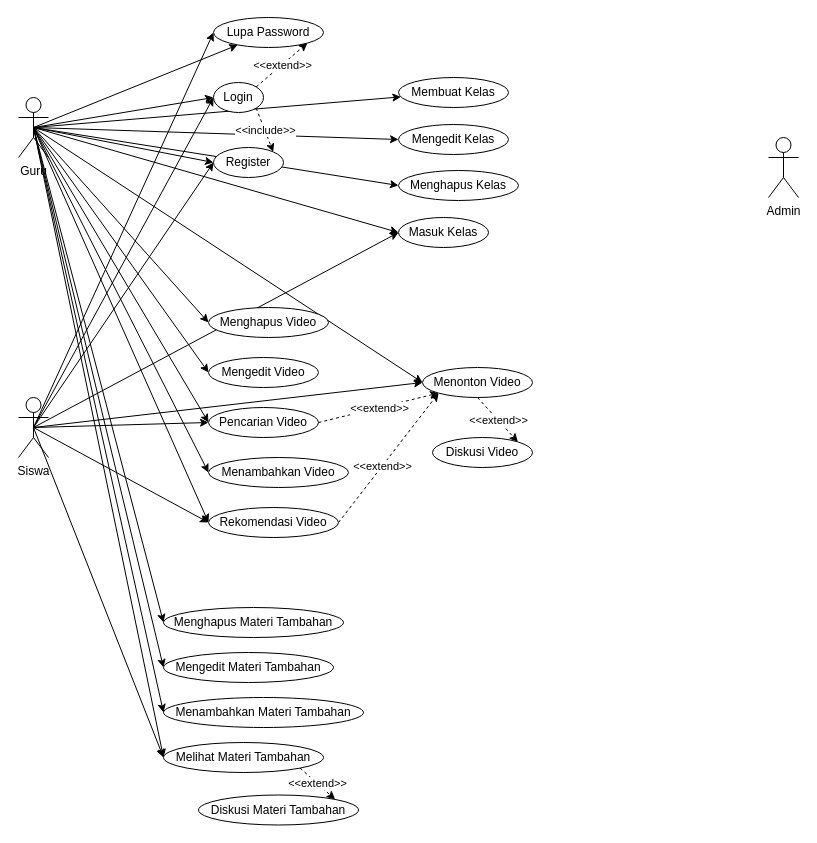
Earlier version of the draw.io diagram Skripsi.drawio (wicahma/Database-Design). Source tidied: cells renumbered, new cells numbered last; positions are measured from the earlier drawing's top-left corner, leaving out a move shared by most shapes. Both pictures are drawn from the tidied source at 100%, with x=0, y=0 at pixel (18, 17).
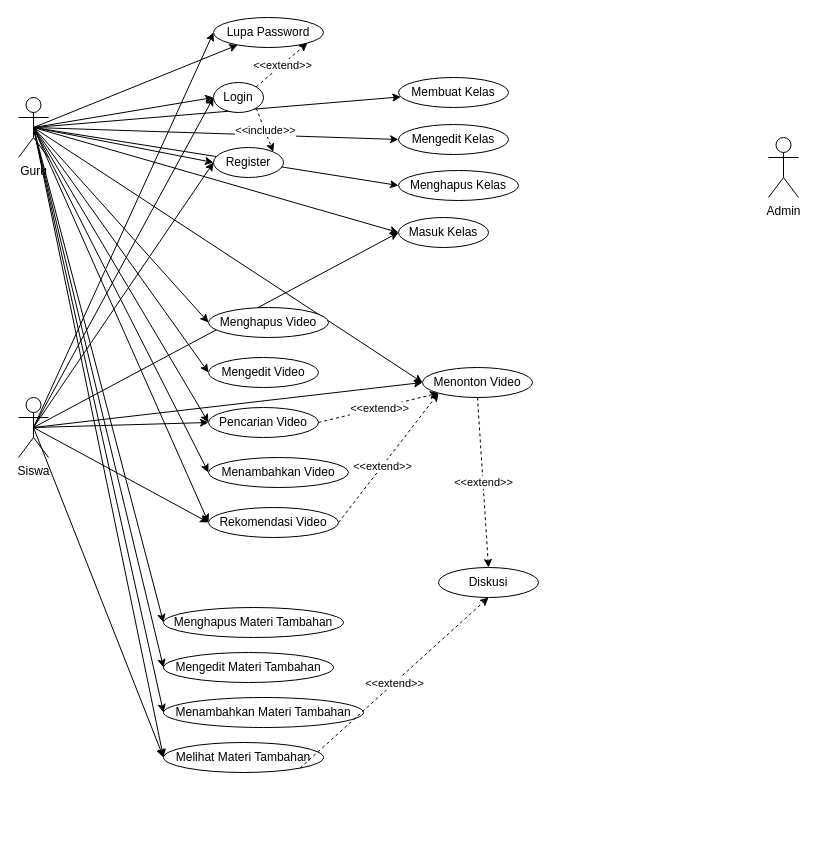
The same page after the edit.

Unchanged cells that the change refers to:
```xml
<mxCell id="42" value="Menonton Video" style="ellipse;whiteSpace=wrap;html=1;" parent="1" vertex="1">
  <mxGeometry x="404" y="350" width="110" height="30" as="geometry" />
</mxCell>
<mxCell id="50" value="Melihat Materi Tambahan" style="ellipse;whiteSpace=wrap;html=1;" parent="1" vertex="1">
  <mxGeometry x="145" y="725" width="160" height="30" as="geometry" />
</mxCell>
```

Diff of the diagram source:
```diff
@@
-    <mxCell id="40" style="rounded=0;jettySize=auto;html=1;exitX=0.5;exitY=1;exitDx=0;exitDy=0;entryX=1;entryY=0;entryDx=0;entryDy=0;dashed=1;" parent="1" edge="1" source="42" target="46">
+    <mxCell id="40" style="rounded=0;jettySize=auto;html=1;exitX=0.5;exitY=1;exitDx=0;exitDy=0;entryX=0.5;entryY=0;entryDx=0;entryDy=0;dashed=1;" parent="1" edge="1" source="42" target="46">
       <mxGeometry relative="1" as="geometry" />
     </mxCell>
@@
-    <mxCell id="46" value="Diskusi Video" style="ellipse;whiteSpace=wrap;html=1;" parent="1" vertex="1">
-      <mxGeometry x="414" y="420" width="100" height="30" as="geometry" />
+    <mxCell id="46" value="Diskusi" style="ellipse;whiteSpace=wrap;html=1;" parent="1" vertex="1">
+      <mxGeometry x="420" y="550" width="100" height="30" as="geometry" />
     </mxCell>
@@
-    <mxCell id="51" value="Diskusi Materi Tambahan" style="ellipse;whiteSpace=wrap;html=1;" parent="1" vertex="1">
-      <mxGeometry x="180" y="777.5" width="160" height="30" as="geometry" />
-    </mxCell>
@@
-    <mxCell id="55" style="rounded=0;jettySize=auto;html=1;entryX=1;entryY=0;entryDx=0;entryDy=0;dashed=1;exitX=1;exitY=1;exitDx=0;exitDy=0;" parent="1" edge="1" source="50" target="51">
+    <mxCell id="55" style="rounded=0;jettySize=auto;html=1;entryX=0.5;entryY=1;entryDx=0;entryDy=0;dashed=1;exitX=1;exitY=1;exitDx=0;exitDy=0;" parent="1" edge="1" source="50" target="46">
       <mxGeometry relative="1" as="geometry" />
     </mxCell>
```
